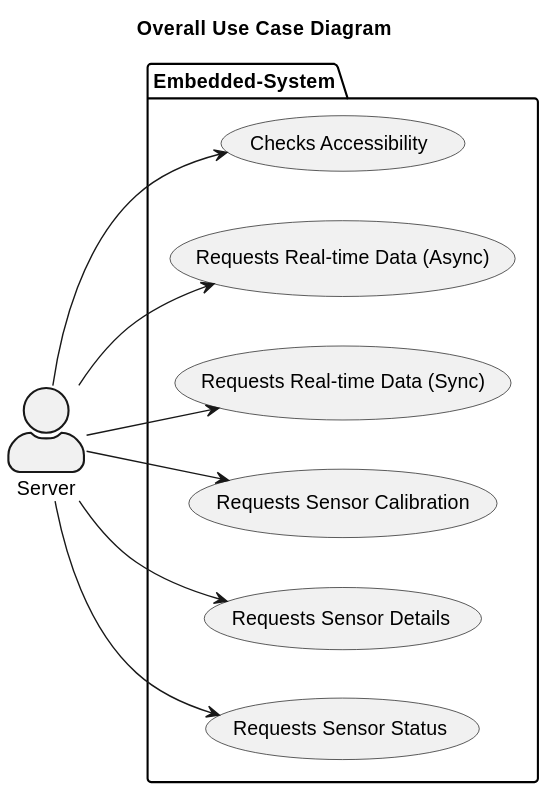
DSD-PIrates/DSD-PIrates.github.io keeps this PlantUML diagram as project/RA/UseCasePack/UseCaseDiagram/combination.svg. Above is the earlier version.
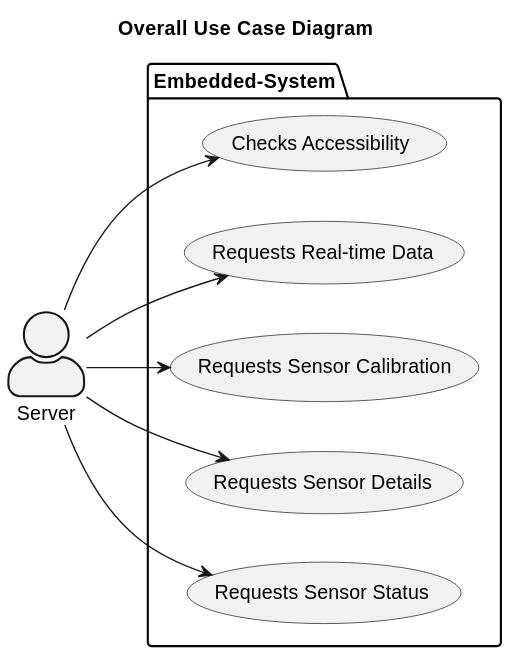
Above is the later version.

Diff of the diagram source:
```diff
@@ -6,15 +6,13 @@
 title Overall Use Case Diagram
 package Embedded-System {
     usecase "Checks Accessibility" as CA
-    usecase "Requests Real-time Data (Async)" as RRDA
-    usecase "Requests Real-time Data (Sync)" as RRDS
+    usecase "Requests Real-time Data" as RRDS
     usecase "Requests Sensor Calibration" as RSC
     usecase "Requests Sensor Details" as RSD
     usecase "Requests Sensor Status" as RSS
 }
 
 Server --> CA
-Server --> RRDA
 Server --> RRDS
 Server --> RSC
 Server --> RSD
```
